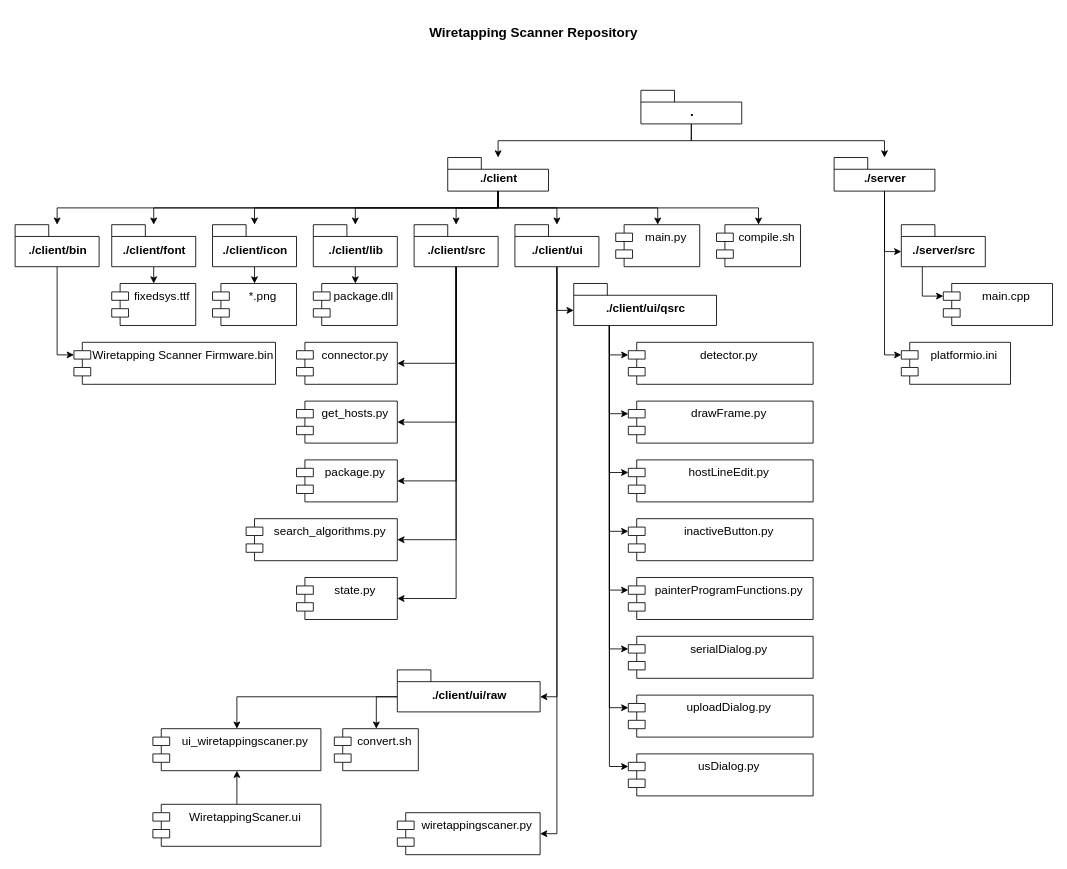
Before: page "Wiretapping Scanner Repository" (2 of 7) of schemes/Wiretapping Scanner.drawio in Nakama3942/WiretappingScanner, a draw.io diagram. Source tidied: cells renumbered, new cells numbered last; positions are measured from the earlier drawing's top-left corner, leaving out a move shared by most shapes. Both pictures are drawn from the tidied source at 84%, with x=0, y=0 at pixel (14, 14).
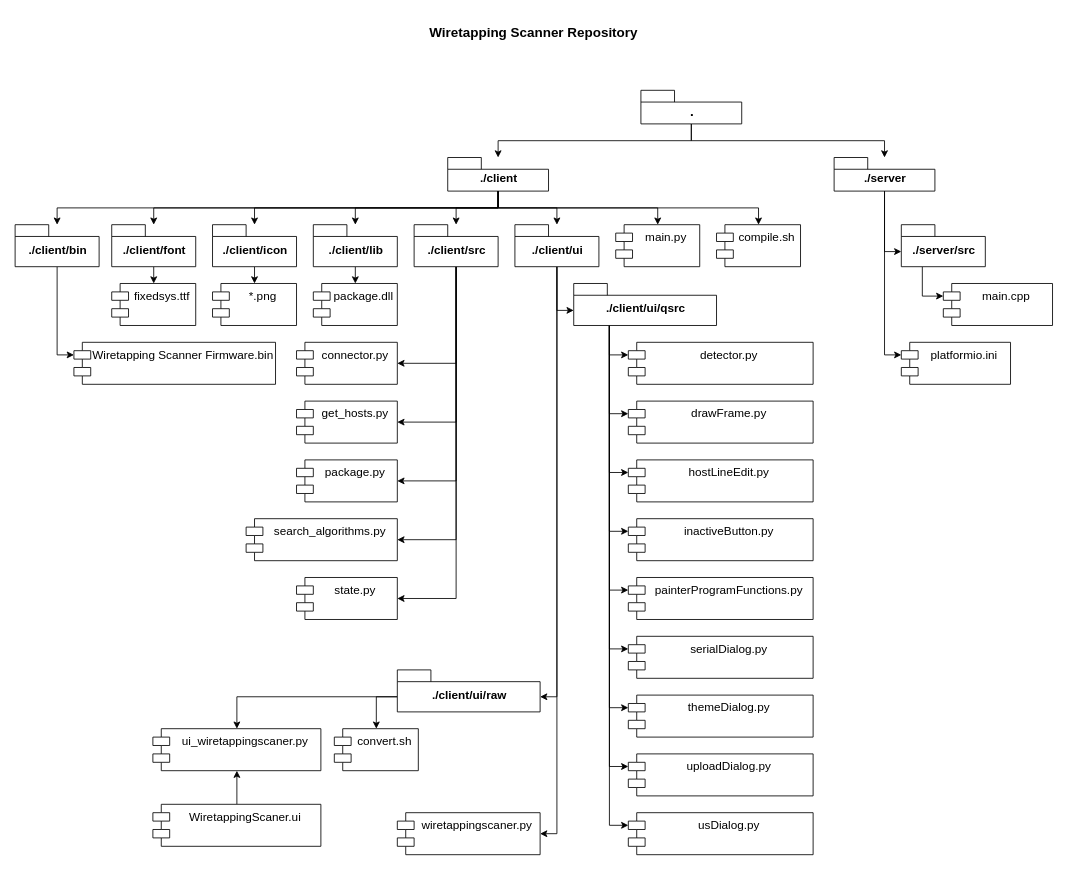
The same page after the edit.

The change refers to these unchanged cells:
```xml
<mxCell id="42" value="./client/ui/qsrc" style="shape=folder;fontStyle=1;spacingTop=10;tabWidth=40;tabHeight=14;tabPosition=left;html=1;fontSize=14;" parent="1" vertex="1">
  <mxGeometry x="665.5" y="320" width="170" height="50" as="geometry" />
</mxCell>
```

The edit, as a diff of the source:
```diff
@@
+    <mxCell id="76" style="edgeStyle=orthogonalEdgeStyle;rounded=0;jettySize=auto;html=1;exitX=0.25;exitY=1;exitDx=0;exitDy=0;exitPerimeter=0;entryX=0;entryY=0;entryDx=0;entryDy=15;entryPerimeter=0;" parent="1" edge="1" source="42" target="77">
+      <mxGeometry relative="1" as="geometry" />
+    </mxCell>
@@
     <mxCell id="65" value="usDialog.py" style="shape=module;align=left;spacingLeft=20;align=center;verticalAlign=top;fontSize=14;" parent="1" vertex="1">
-      <mxGeometry x="730.5" y="880" width="220" height="50" as="geometry" />
+      <mxGeometry x="730.5" y="950" width="220" height="50" as="geometry" />
     </mxCell>
@@
     <mxCell id="70" value="uploadDialog.py" style="shape=module;align=left;spacingLeft=20;align=center;verticalAlign=top;fontSize=14;" parent="1" vertex="1">
-      <mxGeometry x="730.5" y="810" width="220" height="50" as="geometry" />
+      <mxGeometry x="730.5" y="880" width="220" height="50" as="geometry" />
     </mxCell>
@@
+    <mxCell id="77" value="themeDialog.py" style="shape=module;align=left;spacingLeft=20;align=center;verticalAlign=top;fontSize=14;" parent="1" vertex="1">
+      <mxGeometry x="730.5" y="810" width="220" height="50" as="geometry" />
+    </mxCell>
```
